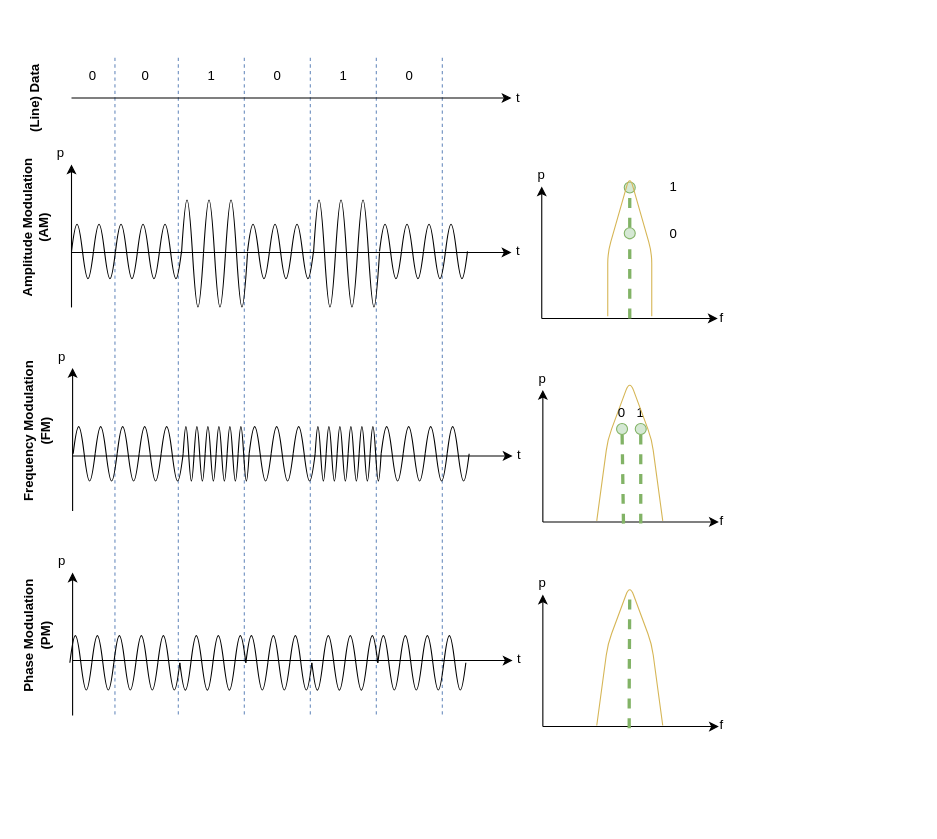
Earlier version of the draw.io diagram NDK2/modulation-schemes.drawio (schmutzr/NDK). Source tidied: cells renumbered, new cells numbered last; positions are measured from the earlier drawing's top-left corner, leaving out a move shared by most shapes. Both pictures are drawn from the tidied source at 110%, with x=0, y=0 at pixel (-45, 54).
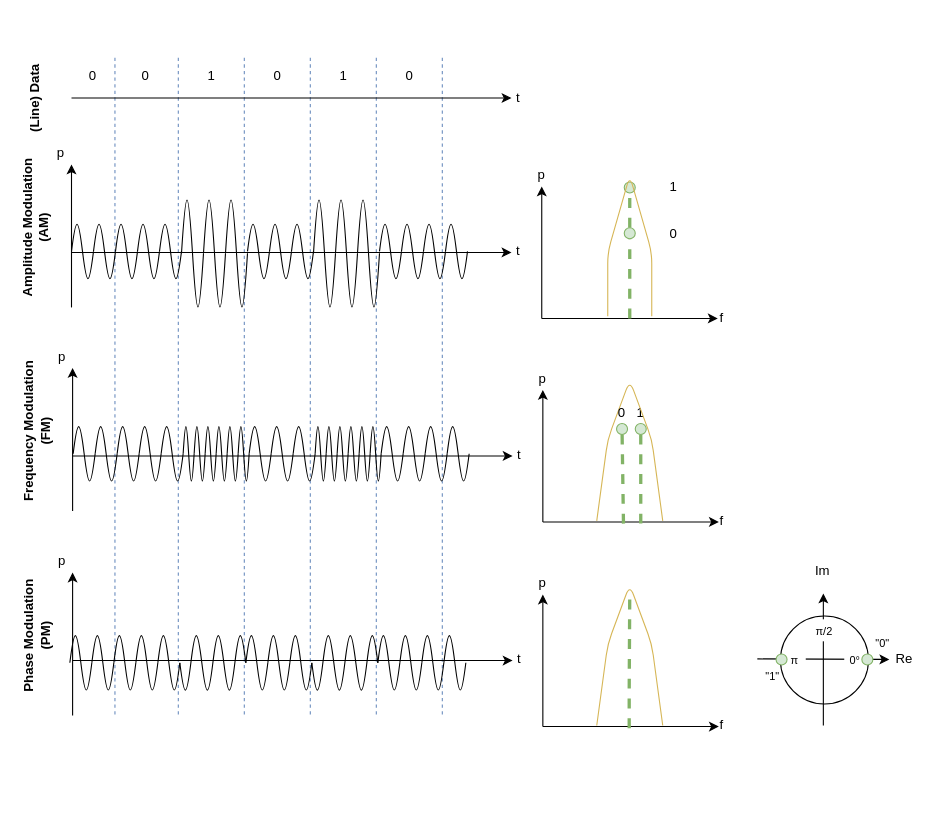
Above is the later version.

Change to the diagram source:
```diff
@@
+    <mxCell id="131" style="endArrow=classic;html=1;" parent="1" edge="1">
+      <mxGeometry relative="1" as="geometry">
+        <mxPoint x="729" y="549.5" as="sourcePoint" />
+        <mxPoint x="849" y="550" as="targetPoint" />
+      </mxGeometry>
+    </mxCell>
+    <mxCell id="132" style="endArrow=classic;html=1;" parent="1" edge="1">
+      <mxGeometry relative="1" as="geometry">
+        <mxPoint x="789" y="610" as="sourcePoint" />
+        <mxPoint x="789" y="490" as="targetPoint" />
+      </mxGeometry>
+    </mxCell>
+    <mxCell id="133" value="Re" style="text;html=1;strokeColor=none;fillColor=none;align=left;verticalAlign=middle;whiteSpace=wrap;rounded=0;" parent="1" vertex="1">
+      <mxGeometry x="853" y="540" width="23" height="20" as="geometry" />
+    </mxCell>
+    <mxCell id="134" value="Im" style="text;html=1;align=center;verticalAlign=middle;" parent="1" vertex="1">
+      <mxGeometry x="773" y="460" width="30" height="20" as="geometry" />
+    </mxCell>
+    <mxCell id="135" style="ellipse;whiteSpace=wrap;html=1;fillColor=none;" parent="1" vertex="1">
+      <mxGeometry x="750" y="510.5" width="80" height="80" as="geometry" />
+    </mxCell>
+    <mxCell id="136" value="0°" style="text;html=1;align=center;verticalAlign=middle;whiteSpace=wrap;rounded=0;fontSize=10;fillColor=#ffffff;" parent="1" vertex="1">
+      <mxGeometry x="808" y="540.5" width="20" height="20" as="geometry" />
+    </mxCell>
+    <mxCell id="137" value="π" style="text;html=1;align=center;verticalAlign=middle;whiteSpace=wrap;rounded=0;fontSize=10;fillColor=#ffffff;" parent="1" vertex="1">
+      <mxGeometry x="753" y="541" width="20" height="20" as="geometry" />
+    </mxCell>
+    <mxCell id="138" value="π/2" style="text;html=1;align=center;verticalAlign=middle;whiteSpace=wrap;rounded=0;fontSize=10;fillColor=#ffffff;" parent="1" vertex="1">
+      <mxGeometry x="780" y="513.5" width="20" height="20" as="geometry" />
+    </mxCell>
+    <mxCell id="139" style="ellipse;whiteSpace=wrap;html=1;align=left;fillColor=#d5e8d4;strokeColor=#82b366;" parent="1" vertex="1">
+      <mxGeometry x="746" y="545" width="10" height="10" as="geometry" />
+    </mxCell>
+    <mxCell id="140" style="ellipse;whiteSpace=wrap;html=1;align=left;fillColor=#d5e8d4;strokeColor=#82b366;" parent="1" vertex="1">
+      <mxGeometry x="824" y="545" width="10" height="10" as="geometry" />
+    </mxCell>
+    <mxCell id="141" value="&quot;0&quot;" style="text;html=1;strokeColor=none;fillColor=none;align=center;verticalAlign=middle;whiteSpace=wrap;rounded=0;fontSize=10;" parent="1" vertex="1">
+      <mxGeometry x="823" y="525" width="40" height="20" as="geometry" />
+    </mxCell>
+    <mxCell id="142" value="&quot;1&quot;" style="text;html=1;strokeColor=none;fillColor=none;align=center;verticalAlign=middle;whiteSpace=wrap;rounded=0;fontSize=10;" parent="1" vertex="1">
+      <mxGeometry x="723" y="555" width="40" height="20" as="geometry" />
+    </mxCell>
```
